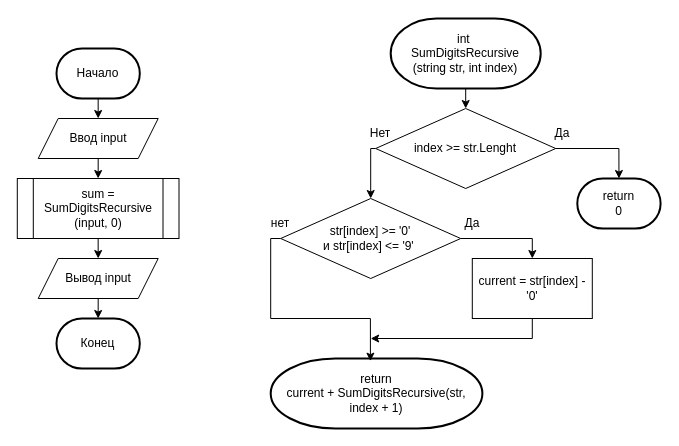
The draw.io diagram ex3_tusk2/ex3_t2.drawio in EverlastingSS/tusur-assignments, before the edit. Source tidied: cells renumbered, new cells numbered last; positions are measured from the earlier drawing's top-left corner, leaving out a move shared by most shapes. Both pictures are drawn from the tidied source at 100%, with x=0, y=0 at pixel (17, 18).
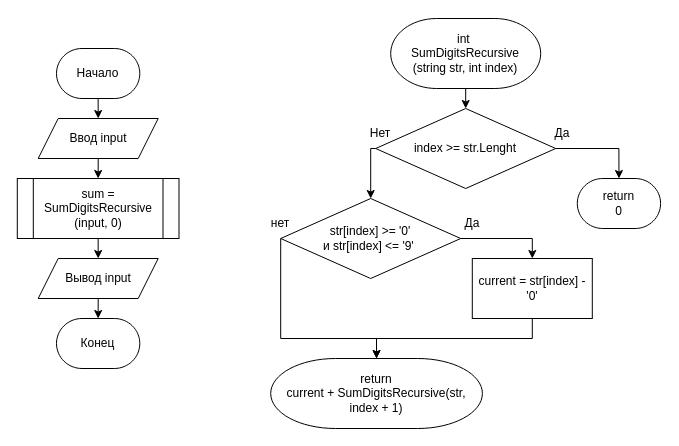
The same page after the edit.

The change refers to these unchanged cells:
```xml
<mxCell id="12" value="str[index] &amp;gt;= '0'&lt;div&gt;и str[index] &amp;lt;= '9'&amp;nbsp;&lt;/div&gt;" style="rhombus;whiteSpace=wrap;html=1;" parent="1" vertex="1">
  <mxGeometry x="263.2" y="180" width="180" height="80" as="geometry" />
</mxCell>
<mxCell id="14" value="current = str[index] - '0'" style="rounded=0;whiteSpace=wrap;html=1;" parent="1" vertex="1">
  <mxGeometry x="454.8" y="240" width="120" height="60" as="geometry" />
</mxCell>
<mxCell id="19" value="нет" style="text;html=1;whiteSpace=wrap;strokeColor=none;fillColor=none;align=center;verticalAlign=middle;rounded=0;" parent="1" vertex="1">
  <mxGeometry x="233.2" y="190" width="60" height="30" as="geometry" />
</mxCell>
```

Change to the diagram source:
```diff
@@
-    <mxCell id="3" value="Начало" style="strokeWidth=2;html=1;shape=mxgraph.flowchart.terminator;whiteSpace=wrap;" parent="1" vertex="1">
+    <mxCell id="3" value="Начало" style="strokeWidth=1;html=1;shape=mxgraph.flowchart.terminator;whiteSpace=wrap;" parent="1" vertex="1">
       <mxGeometry x="39" y="30" width="83.3" height="50" as="geometry" />
     </mxCell>
@@
-    <mxCell id="5" value="int&amp;nbsp;&lt;div&gt;SumDigitsRecursive&lt;div&gt;(string str, int index)&lt;/div&gt;&lt;/div&gt;" style="strokeWidth=2;html=1;shape=mxgraph.flowchart.terminator;whiteSpace=wrap;" parent="1" vertex="1">
+    <mxCell id="5" value="int&amp;nbsp;&lt;div&gt;SumDigitsRecursive&lt;div&gt;(string str, int index)&lt;/div&gt;&lt;/div&gt;" style="strokeWidth=1;html=1;shape=mxgraph.flowchart.terminator;whiteSpace=wrap;" parent="1" vertex="1">
       <mxGeometry x="373.2" width="150" height="70" as="geometry" />
     </mxCell>
@@
-    <mxCell id="8" value="return&lt;div&gt;0&lt;/div&gt;" style="strokeWidth=2;html=1;shape=mxgraph.flowchart.terminator;whiteSpace=wrap;" parent="1" vertex="1">
+    <mxCell id="8" value="return&lt;div&gt;0&lt;/div&gt;" style="strokeWidth=1;html=1;shape=mxgraph.flowchart.terminator;whiteSpace=wrap;" parent="1" vertex="1">
       <mxGeometry x="559.8" y="160" width="83.3" height="50" as="geometry" />
     </mxCell>
@@
-    <mxCell id="13" style="edgeStyle=orthogonalEdgeStyle;rounded=0;jettySize=auto;html=1;exitX=0.5;exitY=1;exitDx=0;exitDy=0;" parent="1" edge="1" source="14">
-      <mxGeometry relative="1" as="geometry">
-        <mxPoint x="353.2" y="320" as="targetPoint" />
-        <Array as="points">
-          <mxPoint x="515.2" y="320" />
-        </Array>
-      </mxGeometry>
-    </mxCell>
@@
-    <mxCell id="15" value="return&lt;div&gt;current + SumDigitsRecursive(str, index + 1)&lt;/div&gt;" style="strokeWidth=2;html=1;shape=mxgraph.flowchart.terminator;whiteSpace=wrap;" parent="1" vertex="1">
+    <mxCell id="15" value="return&lt;div&gt;current + SumDigitsRecursive(str, index + 1)&lt;/div&gt;" style="strokeWidth=1;html=1;shape=mxgraph.flowchart.terminator;whiteSpace=wrap;" parent="1" vertex="1">
       <mxGeometry x="253.2" y="340" width="211.7" height="70" as="geometry" />
     </mxCell>
@@
-    <mxCell id="17" style="edgeStyle=orthogonalEdgeStyle;rounded=0;jettySize=auto;html=1;exitX=0;exitY=0.5;exitDx=0;exitDy=0;entryX=0.471;entryY=0.038;entryDx=0;entryDy=0;entryPerimeter=0;" parent="1" edge="1" source="12" target="15">
-      <mxGeometry relative="1" as="geometry">
-        <Array as="points">
-          <mxPoint x="253.2" y="220" />
-          <mxPoint x="253.2" y="300" />
-          <mxPoint x="353.2" y="300" />
-        </Array>
-      </mxGeometry>
-    </mxCell>
@@
-    <mxCell id="25" value="Конец" style="strokeWidth=2;html=1;shape=mxgraph.flowchart.terminator;whiteSpace=wrap;" parent="1" vertex="1">
+    <mxCell id="25" value="Конец" style="strokeWidth=1;html=1;shape=mxgraph.flowchart.terminator;whiteSpace=wrap;" parent="1" vertex="1">
       <mxGeometry x="39" y="300" width="83.3" height="50" as="geometry" />
     </mxCell>
@@
+    <mxCell id="27" style="edgeStyle=orthogonalEdgeStyle;rounded=0;jettySize=auto;html=1;exitX=0.5;exitY=1;exitDx=0;exitDy=0;entryX=0.5;entryY=0;entryDx=0;entryDy=0;entryPerimeter=0;" parent="1" edge="1" source="14" target="15">
+      <mxGeometry relative="1" as="geometry" />
+    </mxCell>
+    <mxCell id="28" style="edgeStyle=orthogonalEdgeStyle;rounded=0;jettySize=auto;html=1;exitX=0.5;exitY=1;exitDx=0;exitDy=0;entryX=0.5;entryY=0;entryDx=0;entryDy=0;entryPerimeter=0;" parent="1" edge="1" source="19" target="15">
+      <mxGeometry relative="1" as="geometry">
+        <Array as="points">
+          <mxPoint x="263" y="320" />
+          <mxPoint x="359" y="320" />
+        </Array>
+      </mxGeometry>
+    </mxCell>
```
